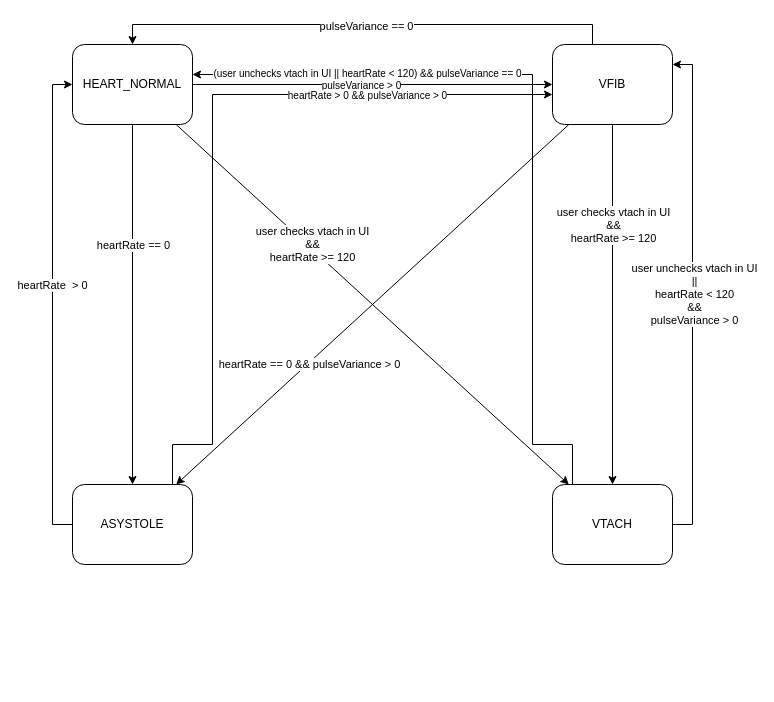
Before: docs/state-diagrams/heart/heart.drawio in HamzaAlsarakbi/AEDSimulator, a draw.io diagram. Source tidied: cells renumbered, new cells numbered last; positions are measured from the earlier drawing's top-left corner, leaving out a move shared by most shapes. Both pictures are drawn from the tidied source at 100%, with x=0, y=0 at pixel (52, 24).
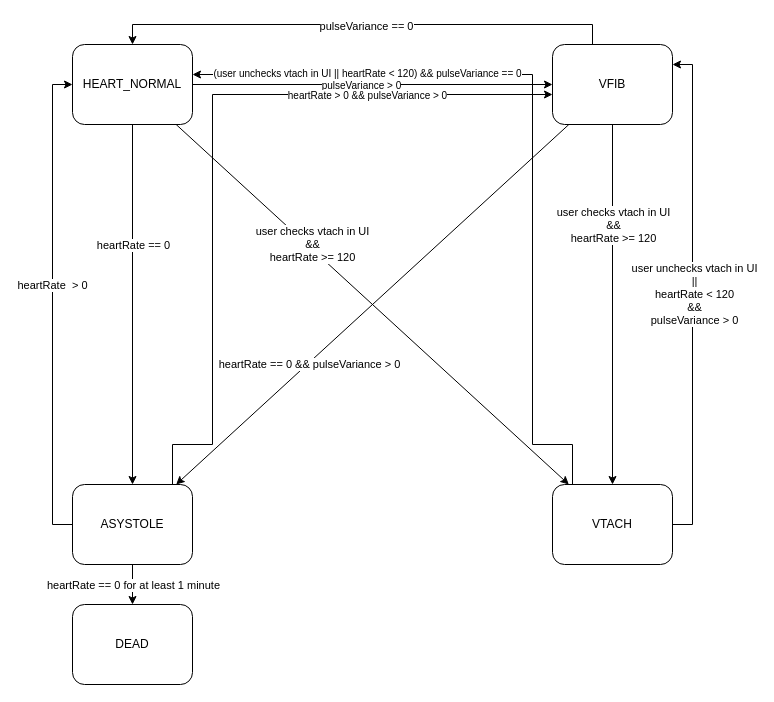
Above is the later version.

The change refers to these unchanged cells:
```xml
<mxCell id="13" value="ASYSTOLE" style="rounded=1;whiteSpace=wrap;html=1;" parent="1" vertex="1">
  <mxGeometry x="20" y="460" width="120" height="80" as="geometry" />
</mxCell>
```

What changed in the source:
```diff
@@
+    <mxCell id="26" style="edgeStyle=orthogonalEdgeStyle;rounded=0;jettySize=auto;html=1;" parent="1" edge="1" source="13" target="28">
+      <mxGeometry relative="1" as="geometry" />
+    </mxCell>
+    <mxCell id="27" value="heartRate == 0 for at least 1 minute" style="edgeLabel;html=1;align=center;verticalAlign=middle;" parent="26" vertex="1">
+      <mxGeometry x="0.02" relative="1" as="geometry" />
+    </mxCell>
@@
+    <mxCell id="28" value="DEAD" style="rounded=1;whiteSpace=wrap;html=1;" parent="1" vertex="1">
+      <mxGeometry x="20" y="580" width="120" height="80" as="geometry" />
+    </mxCell>
```
